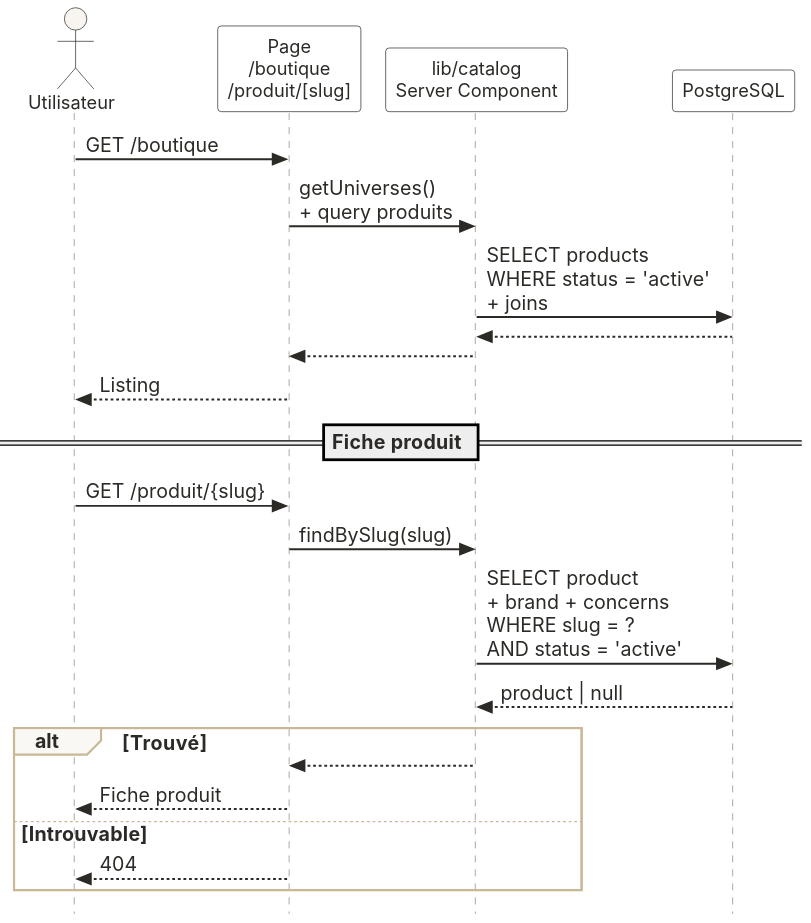
Before: diagrammes/CLEOPATRE_SEQUENCE_DIAGRAMS_PFE/CLEOPATRE_SEQUENCE_DIAGRAMS_PFE/07_CONSULTATION/sequence_consultation.svg, a diagram exported from PlantUML (nssm11/zeb). The source it was exported from:
```plantuml
@startuml
skinparam backgroundColor #FFFFFF
skinparam shadowing false
skinparam defaultFontName Inter
skinparam defaultFontSize 14
skinparam defaultFontColor #2C2A26
skinparam ActorBackgroundColor #F8F5F0
skinparam ActorBorderColor #2C2A26
skinparam ActorFontSize 13
skinparam ParticipantBackgroundColor #FFFFFF
skinparam ParticipantBorderColor #2C2A26
skinparam ParticipantFontSize 13
skinparam SequenceLifeLineBorderColor #8A857C
skinparam SequenceArrowColor #2C2A26
skinparam SequenceArrowThickness 1.4
skinparam SequenceGroupBackgroundColor #FAF8F5
skinparam SequenceGroupBorderColor #C9B896
skinparam ActivationBackgroundColor #F0EBE3
skinparam ActivationBorderColor #C9B896
skinparam maxMessageSize 220
skinparam style strictuml

actor "Utilisateur" as User
participant "Page\n/boutique\n/produit/[slug]" as Page
participant "lib/catalog\nServer Component" as Catalog
participant "PostgreSQL" as DB

User -> Page : GET /boutique
Page -> Catalog : getUniverses()\n+ query produits
Catalog -> DB : SELECT products\nWHERE status = 'active'\n+ joins
DB --> Catalog
Catalog --> Page
Page --> User : Listing

== Fiche produit ==
User -> Page : GET /produit/{slug}
Page -> Catalog : findBySlug(slug)
Catalog -> DB : SELECT product\n+ brand + concerns\nWHERE slug = ?\nAND status = 'active'
DB --> Catalog : product | null
alt Trouvé
  Catalog --> Page
  Page --> User : Fiche produit
else Introuvable
  Page --> User : 404
end
@enduml
```
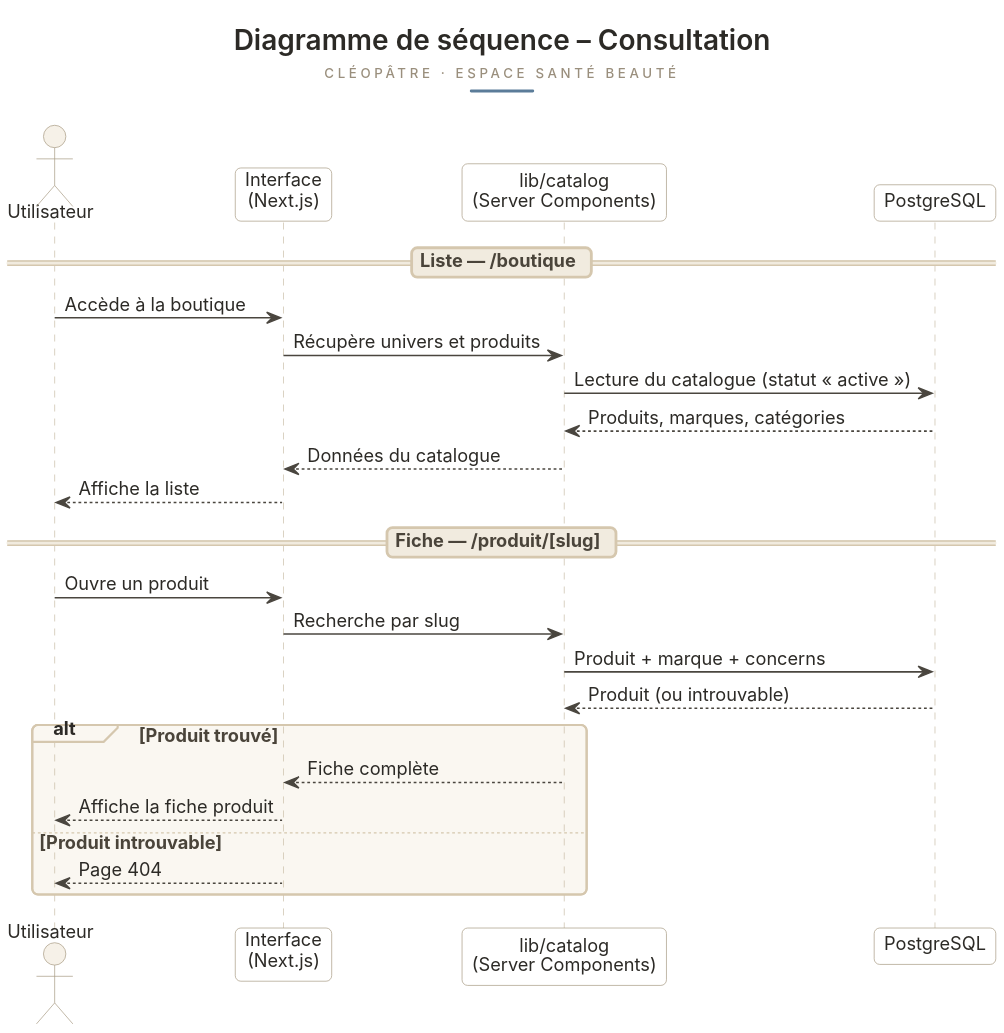
After the change.

What changed in the source:
```diff
@@ -1,46 +1,116 @@
 @startuml
+skinparam shadowing false
 skinparam backgroundColor #FFFFFF
-skinparam shadowing false
 skinparam defaultFontName Inter
-skinparam defaultFontSize 14
+skinparam defaultFontSize 13
 skinparam defaultFontColor #2C2A26
-skinparam ActorBackgroundColor #F8F5F0
-skinparam ActorBorderColor #2C2A26
-skinparam ActorFontSize 13
-skinparam ParticipantBackgroundColor #FFFFFF
-skinparam ParticipantBorderColor #2C2A26
-skinparam ParticipantFontSize 13
-skinparam SequenceLifeLineBorderColor #8A857C
-skinparam SequenceArrowColor #2C2A26
-skinparam SequenceArrowThickness 1.4
-skinparam SequenceGroupBackgroundColor #FAF8F5
-skinparam SequenceGroupBorderColor #C9B896
-skinparam ActivationBackgroundColor #F0EBE3
-skinparam ActivationBorderColor #C9B896
-skinparam maxMessageSize 220
-skinparam style strictuml
+skinparam ArrowColor #55504A
+skinparam ArrowThickness 1.1
+skinparam RoundCorner 8
+skinparam classAttributeIconSize 0
+hide circle
+hide empty fields
+hide empty methods
+skinparam class {
+  BackgroundColor #FFFFFF
+  BorderColor #A89B85
+  BorderThickness 1
+  FontColor #2C2A26
+  FontStyle plain
+  FontSize 13
+  StereotypeFontColor #8A7E69
+  StereotypeFontStyle plain
+  AttributeFontColor #4A443A
+  AttributeFontSize 12
+  AttributeFontStyle plain
+  MethodFontSize 12
+  MethodFontColor #4A443A
+  MethodFontStyle plain
+  SeparatorColor #DCCFBA
+}
+skinparam enum {
+  BackgroundColor #FCFAF5
+  BorderColor #C9BCA4
+  BorderThickness 1
+  FontColor #2C2A26
+  FontStyle plain
+  EnumFontSize 12
+}
+skinparam interface {
+  BackgroundColor #FFFFFF
+  BorderColor #A89B85
+  BorderThickness 1
+}
+skinparam packageStyle rectangle
+skinparam package {
+  BackgroundColor #FAF7F1
+  BorderColor #DCCFBA
+  BorderThickness 1
+  FontColor #4A443A
+  FontSize 14
+  FontStyle plain
+}
+skinparam note {
+  BackgroundColor #FBF8F2
+  BorderColor #DCCFBA
+  FontColor #6E675C
+  FontSize 11
+  BorderThickness 1
+}
+skinparam sequence {
+  ArrowColor #4A463F
+  ArrowThickness 1.1
+  LifeLineBorderColor #C9BDA8
+  LifeLineBackgroundColor #FFFFFF
+  ParticipantBackgroundColor #FFFFFF
+  ParticipantBorderColor #A89B85
+  ParticipantFontColor #2C2A26
+  ParticipantFontSize 13
+  ParticipantFontStyle plain
+  ActorBackgroundColor #F6F1E8
+  ActorBorderColor #A89B85
+  ActorFontColor #2C2A26
+  ActorFontSize 13
+  GroupBackgroundColor #FAF7F1
+  GroupBorderColor #D5C7AE
+  GroupFontColor #4A443A
+  GroupHeaderFontSize 13
+  ActivationBackgroundColor #F2EDE3
+  ActivationBorderColor #C9BCA4
+  DividerBackgroundColor #F1EBDF
+  DividerBorderColor #D5C7AE
+  DividerFontColor #4A443A
+  DividerFontSize 13
+  MessageFontColor #3A352E
+  ResponseMessageFontColor #7A7263
+  BoxPadding 14
+  ParticipantPadding 22
+}
+
 
 actor "Utilisateur" as User
-participant "Page\n/boutique\n/produit/[slug]" as Page
-participant "lib/catalog\nServer Component" as Catalog
+participant "Interface\n(Next.js)" as UI
+participant "lib/catalog\n(Server Components)" as Cat
 participant "PostgreSQL" as DB
 
-User -> Page : GET /boutique
-Page -> Catalog : getUniverses()\n+ query produits
-Catalog -> DB : SELECT products\nWHERE status = 'active'\n+ joins
-DB --> Catalog
-Catalog --> Page
-Page --> User : Listing
+== Liste — /boutique ==
+User -> UI : Accède à la boutique
+UI -> Cat : Récupère univers et produits
+Cat -> DB : Lecture du catalogue (statut « active »)
+DB --> Cat : Produits, marques, catégories
+Cat --> UI : Données du catalogue
+UI --> User : Affiche la liste
 
-== Fiche produit ==
-User -> Page : GET /produit/{slug}
-Page -> Catalog : findBySlug(slug)
-Catalog -> DB : SELECT product\n+ brand + concerns\nWHERE slug = ?\nAND status = 'active'
-DB --> Catalog : product | null
-alt Trouvé
-  Catalog --> Page
-  Page --> User : Fiche produit
-else Introuvable
-  Page --> User : 404
+== Fiche — /produit/[slug] ==
+User -> UI : Ouvre un produit
+UI -> Cat : Recherche par slug
+Cat -> DB : Produit + marque + concerns
+DB --> Cat : Produit (ou introuvable)
+
+alt Produit trouvé
+  Cat --> UI : Fiche complète
+  UI --> User : Affiche la fiche produit
+else Produit introuvable
+  UI --> User : Page 404
 end
 @enduml
```
